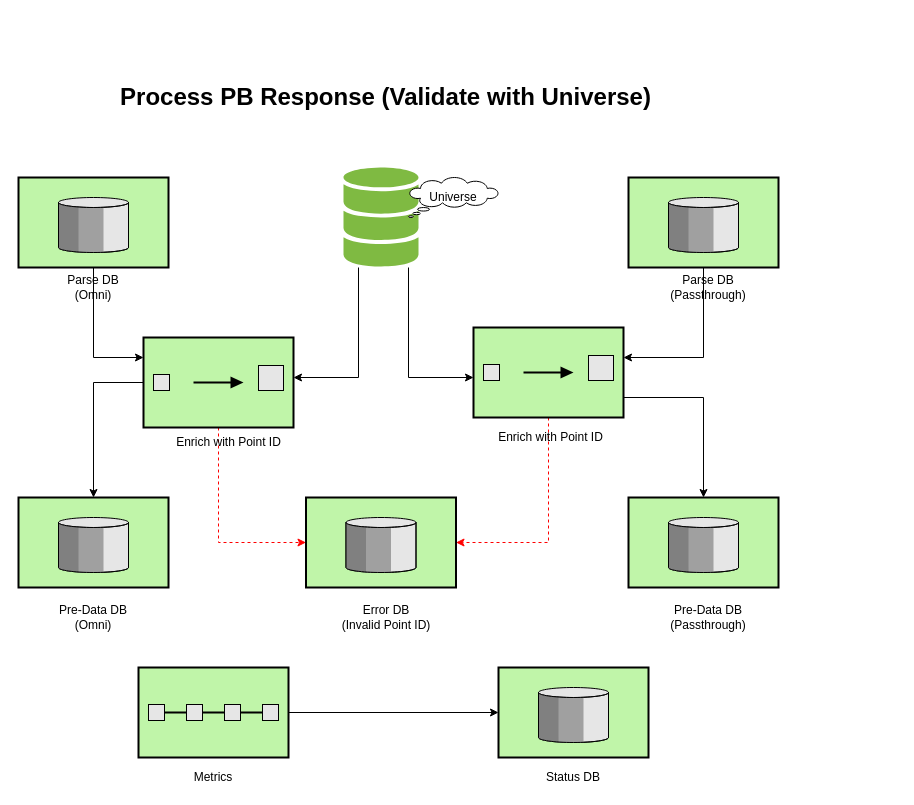
This is CASL_PB_Response_Validate_Universe.drawio from gudiseva/arvind, a draw.io file, before an edit. Source tidied: cells renumbered, new cells numbered last; positions are measured from the earlier drawing's top-left corner, leaving out a move shared by most shapes. Both pictures are drawn from the tidied source at 100%, with x=0, y=0 at pixel (18, 87). Pictures stored in the file or linked from it are replaced by grey dashed boxes.
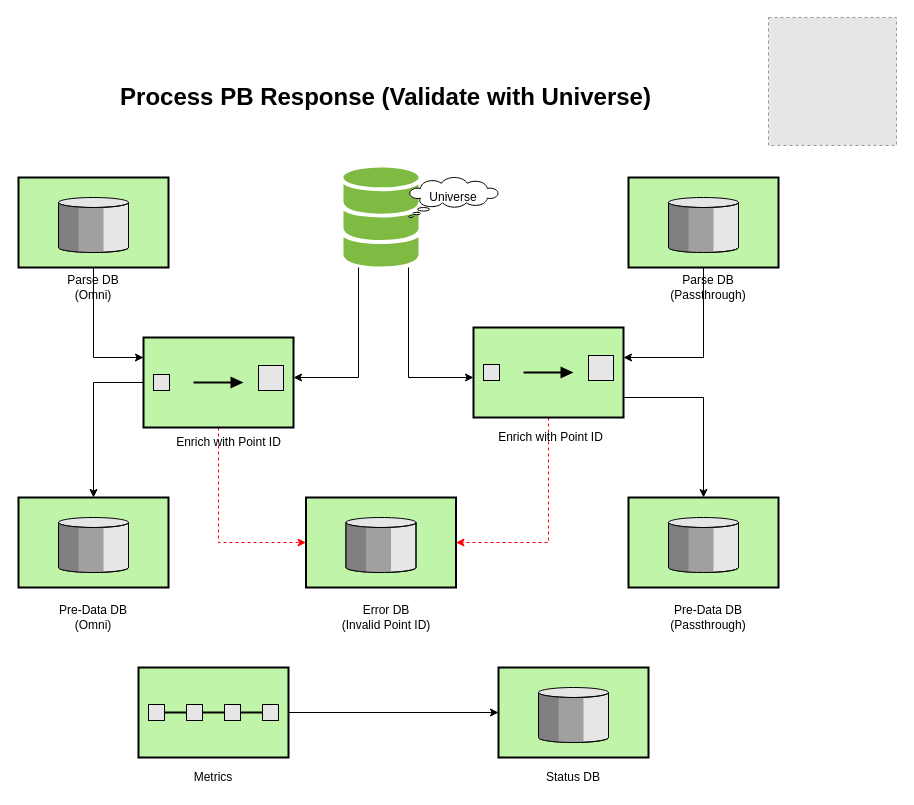
The same page after the edit.

What changed in the source:
```diff
@@
+    <mxCell id="32" style="fillColor=#E6E6E6;strokeColor=#999999;dashed=1;html=1;verticalAlign=top;verticalLabelPosition=bottom;labelBackgroundColor=#ffffff;" parent="1" vertex="1">
+      <mxGeometry x="750" y="-70" width="128" height="128" as="geometry" />
+    </mxCell>
```
